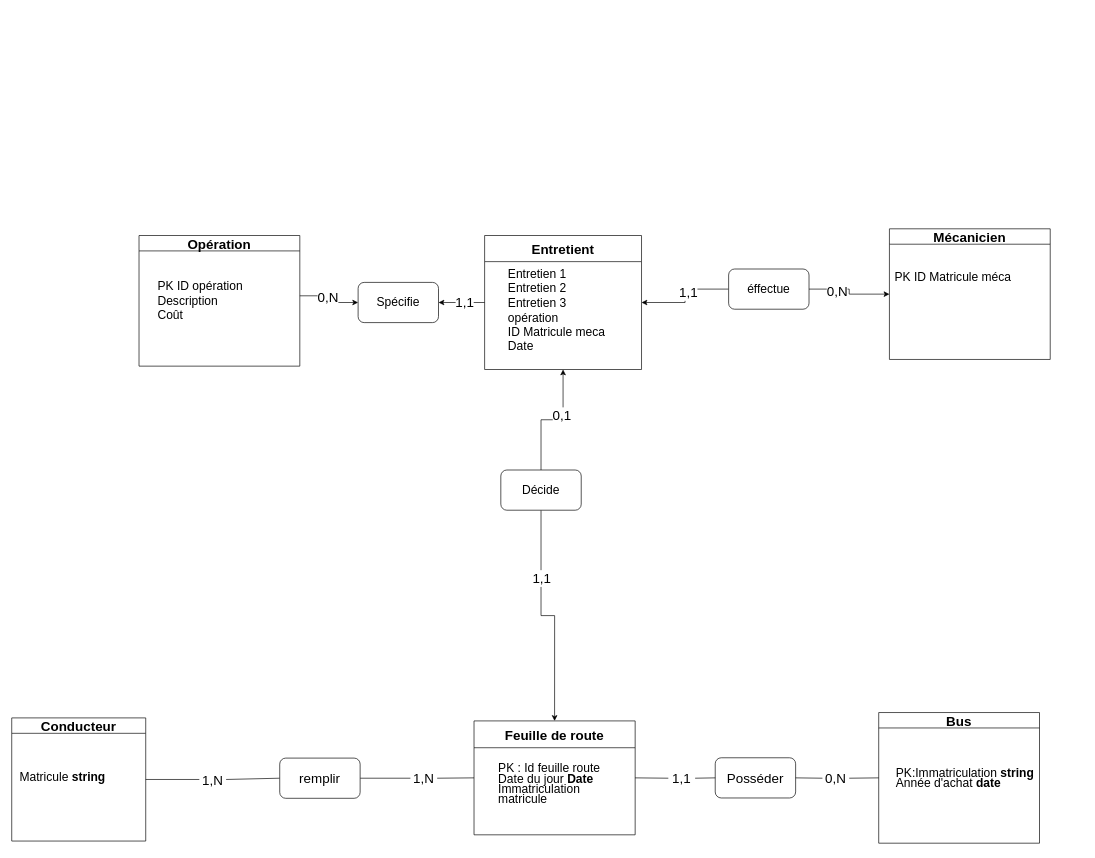
This is page "Page-1" (1 of 2) of Diagramme sans nom.drawio from michaelnba23/Ichec, a draw.io file, before an edit. Source tidied: cells renumbered, new cells numbered last; positions are measured from the earlier drawing's top-left corner, leaving out a move shared by most shapes. Both pictures are drawn from the tidied source at 67%, with x=0, y=0 at pixel (11, 228).
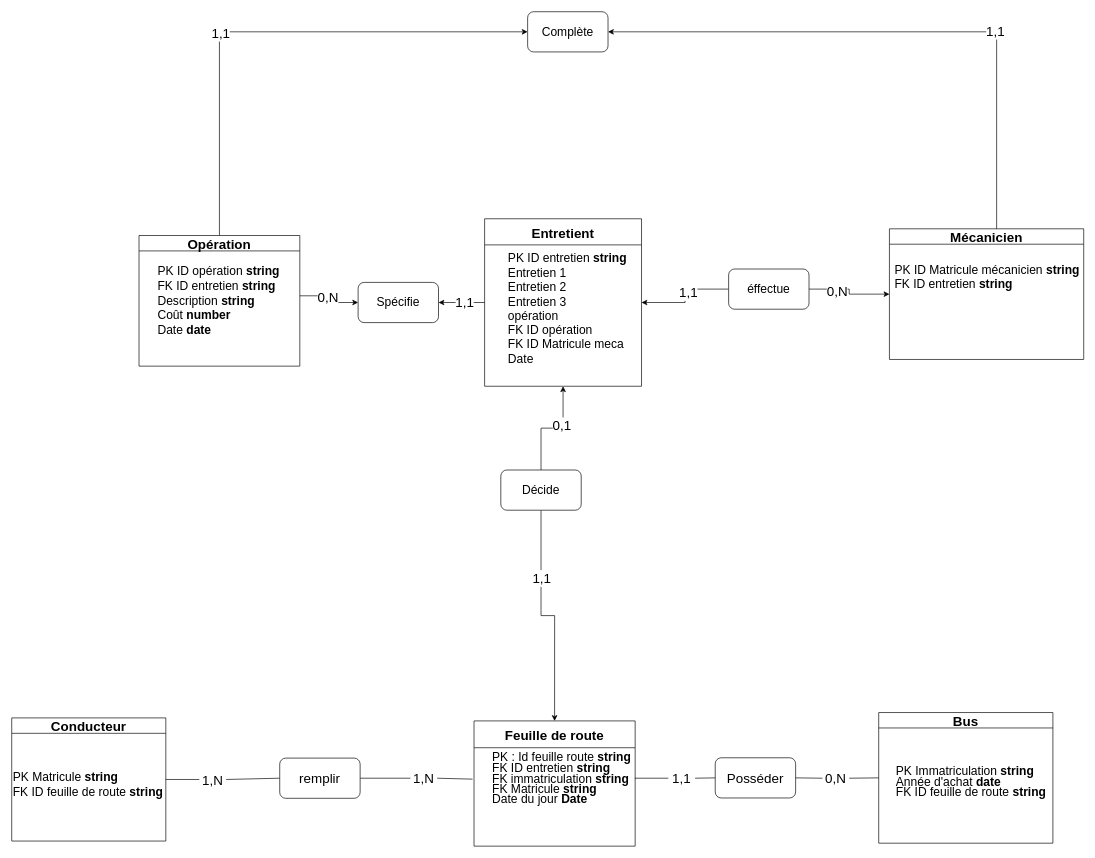
The same diagram, later.

Commit message (it also covers changes not shown here):
Mettre à jour Diagramme sans nom.drawio

Unchanged cells that the change refers to:
```xml
<mxCell id="17" value="1,1" style="text;html=1;strokeColor=none;fillColor=none;align=center;verticalAlign=middle;whiteSpace=wrap;rounded=0;fontSize=20;" parent="1" vertex="1">
  <mxGeometry x="980" y="810" width="40" height="20" as="geometry" />
</mxCell>
<mxCell id="24" value="1,N" style="text;html=1;strokeColor=none;fillColor=none;align=center;verticalAlign=middle;whiteSpace=wrap;rounded=0;fontSize=20;" parent="1" vertex="1">
  <mxGeometry x="595" y="810" width="40" height="20" as="geometry" />
</mxCell>
<mxCell id="29" value="Opération" style="swimlane;fontSize=20;" parent="1" vertex="1">
  <mxGeometry x="190" y="10" width="240" height="195" as="geometry" />
</mxCell>
```

What changed in the source:
```diff
@@
     <mxCell id="2" value="Conducteur" style="swimlane;fontSize=20;" parent="1" vertex="1">
-      <mxGeometry y="730" width="200" height="183.8" as="geometry" />
+      <mxGeometry y="730" width="230" height="183.8" as="geometry" />
     </mxCell>
-    <mxCell id="3" value="&lt;p class=&quot;MsoListParagraphCxSpFirst&quot; style=&quot;margin: 0cm 0cm 0cm 36pt ; line-height: 15.6933px ; font-size: 11pt ; font-family: &amp;quot;calibri&amp;quot; , sans-serif ; text-indent: -18pt&quot;&gt;&lt;/p&gt;&lt;font style=&quot;font-size: 18px&quot;&gt;Matricule&amp;nbsp;&lt;b&gt;string&lt;/b&gt;&lt;br&gt;&lt;b&gt;&lt;br&gt;&lt;/b&gt;&lt;/font&gt;" style="text;html=1;strokeColor=none;fillColor=none;align=left;verticalAlign=middle;whiteSpace=wrap;rounded=0;" parent="2" vertex="1">
-      <mxGeometry x="10" y="35" width="190" height="130" as="geometry" />
+    <mxCell id="3" value="&lt;p class=&quot;MsoListParagraphCxSpFirst&quot; style=&quot;margin: 0cm 0cm 0cm 36pt ; line-height: 15.6933px ; font-size: 11pt ; font-family: &amp;quot;calibri&amp;quot; , sans-serif ; text-indent: -18pt&quot;&gt;&lt;/p&gt;&lt;font style=&quot;font-size: 18px&quot;&gt;PK Matricule&amp;nbsp;&lt;b&gt;string&lt;/b&gt;&lt;br&gt;FK ID feuille de route &lt;b&gt;string&lt;/b&gt;&lt;br&gt;&lt;/font&gt;" style="text;html=1;strokeColor=none;fillColor=none;align=left;verticalAlign=middle;whiteSpace=wrap;rounded=0;" parent="2" vertex="1">
+      <mxGeometry y="35" width="230" height="130" as="geometry" />
     </mxCell>
     <mxCell id="4" value="Bus" style="swimlane;fontSize=20;" parent="1" vertex="1">
-      <mxGeometry x="1294" y="722" width="240" height="195" as="geometry" />
+      <mxGeometry x="1294" y="722" width="260" height="195" as="geometry" />
     </mxCell>
-    <mxCell id="5" value="&lt;p class=&quot;MsoListParagraphCxSpFirst&quot; style=&quot;margin: 0cm 0cm 0cm 36pt ; line-height: 15.6933px ; font-size: 11pt ; font-family: &amp;quot;calibri&amp;quot; , sans-serif ; text-indent: -18pt&quot;&gt;&lt;/p&gt;&lt;p class=&quot;MsoListParagraphCxSpFirst&quot; style=&quot;margin: 0cm 0cm 0cm 36pt ; line-height: 15.6933px ; font-size: 11pt ; font-family: &amp;quot;calibri&amp;quot; , sans-serif ; text-indent: -18pt ; display: inline&quot;&gt;&lt;/p&gt;&lt;div style=&quot;font-size: 18px&quot;&gt;&lt;p style=&quot;margin: 0cm 0cm 0cm 36pt; line-height: 15.6933px; font-family: calibri, sans-serif; text-indent: -18pt;&quot; class=&quot;MsoListParagraphCxSpFirst&quot;&gt;&lt;span style=&quot;text-indent: -18pt;&quot;&gt;PK:Immatriculation&amp;nbsp;&lt;b&gt;string&lt;/b&gt;&lt;/span&gt;&lt;/p&gt;&lt;p style=&quot;margin: 0cm 0cm 0cm 36pt; line-height: 15.6933px; font-family: calibri, sans-serif; text-indent: -18pt;&quot; class=&quot;MsoListParagraphCxSpFirst&quot;&gt;&lt;span lang=&quot;FR&quot;&gt;Année d'achat&amp;nbsp;&lt;b&gt;date&lt;/b&gt;&amp;nbsp;&lt;/span&gt;&lt;/p&gt;&lt;p style=&quot;margin: 0cm 0cm 0cm 36pt; line-height: 15.6933px; font-family: calibri, sans-serif; text-indent: -18pt;&quot; class=&quot;MsoListParagraphCxSpFirst&quot;&gt;&lt;br&gt;&lt;/p&gt;&lt;/div&gt;" style="text;html=1;strokeColor=none;fillColor=none;align=left;verticalAlign=middle;whiteSpace=wrap;rounded=0;" parent="4" vertex="1">
-      <mxGeometry y="32.5" width="220" height="130" as="geometry" />
+    <mxCell id="5" value="&lt;p class=&quot;MsoListParagraphCxSpFirst&quot; style=&quot;margin: 0cm 0cm 0cm 36pt ; line-height: 15.6933px ; font-size: 11pt ; font-family: &amp;quot;calibri&amp;quot; , sans-serif ; text-indent: -18pt&quot;&gt;&lt;/p&gt;&lt;p class=&quot;MsoListParagraphCxSpFirst&quot; style=&quot;margin: 0cm 0cm 0cm 36pt ; line-height: 15.6933px ; font-size: 11pt ; font-family: &amp;quot;calibri&amp;quot; , sans-serif ; text-indent: -18pt ; display: inline&quot;&gt;&lt;/p&gt;&lt;div style=&quot;font-size: 18px&quot;&gt;&lt;p style=&quot;margin: 0cm 0cm 0cm 36pt; line-height: 15.6933px; font-family: calibri, sans-serif; text-indent: -18pt;&quot; class=&quot;MsoListParagraphCxSpFirst&quot;&gt;&lt;span style=&quot;text-indent: -18pt;&quot;&gt;PK Immatriculation&amp;nbsp;&lt;b&gt;string&lt;/b&gt;&lt;/span&gt;&lt;/p&gt;&lt;p style=&quot;margin: 0cm 0cm 0cm 36pt; line-height: 15.6933px; font-family: calibri, sans-serif; text-indent: -18pt;&quot; class=&quot;MsoListParagraphCxSpFirst&quot;&gt;&lt;span lang=&quot;FR&quot;&gt;Année d'achat&amp;nbsp;&lt;b&gt;date&lt;/b&gt;&amp;nbsp;&lt;/span&gt;&lt;/p&gt;&lt;p style=&quot;margin: 0cm 0cm 0cm 36pt; line-height: 15.6933px; font-family: calibri, sans-serif; text-indent: -18pt;&quot; class=&quot;MsoListParagraphCxSpFirst&quot;&gt;FK ID feuille de route &lt;b&gt;string&lt;/b&gt;&lt;/p&gt;&lt;/div&gt;" style="text;html=1;strokeColor=none;fillColor=none;align=left;verticalAlign=middle;whiteSpace=wrap;rounded=0;" parent="4" vertex="1">
+      <mxGeometry y="32.5" width="260" height="127.5" as="geometry" />
     </mxCell>
     <mxCell id="6" value="Feuille de route" style="swimlane;startSize=40;fontSize=20;" parent="1" vertex="1">
-      <mxGeometry x="690" y="734.5" width="240.5" height="170" as="geometry" />
+      <mxGeometry x="690" y="734.5" width="240.5" height="186.9" as="geometry" />
     </mxCell>
-    <mxCell id="7" value="&lt;p class=&quot;MsoListParagraphCxSpFirst&quot; style=&quot;margin: 0cm 0cm 0cm 36pt ; line-height: 15.6933px ; font-size: 11pt ; font-family: &amp;quot;calibri&amp;quot; , sans-serif ; text-indent: -18pt&quot;&gt;&lt;/p&gt;&lt;p class=&quot;MsoListParagraphCxSpFirst&quot; style=&quot;margin: 0cm 0cm 0cm 36pt ; line-height: 15.6933px ; font-size: 11pt ; font-family: &amp;quot;calibri&amp;quot; , sans-serif ; text-indent: -18pt ; display: inline&quot;&gt;&lt;/p&gt;&lt;p class=&quot;MsoListParagraphCxSpFirst&quot; style=&quot;text-align: left ; margin: 0cm 0cm 0cm 36pt ; line-height: 15.6933px ; font-family: &amp;quot;calibri&amp;quot; , sans-serif ; text-indent: -18pt ; font-size: 18px&quot;&gt;PK : Id feuille route&lt;/p&gt;&lt;p class=&quot;MsoListParagraphCxSpFirst&quot; style=&quot;text-align: left ; margin: 0cm 0cm 0cm 36pt ; line-height: 15.6933px ; font-family: &amp;quot;calibri&amp;quot; , sans-serif ; text-indent: -18pt ; font-size: 18px&quot;&gt;Date du jour &lt;b&gt;Date&lt;/b&gt;&lt;/p&gt;&lt;p class=&quot;MsoListParagraphCxSpFirst&quot; style=&quot;text-align: left ; margin: 0cm 0cm 0cm 36pt ; line-height: 15.6933px ; font-family: &amp;quot;calibri&amp;quot; , sans-serif ; text-indent: -18pt ; font-size: 18px&quot;&gt;Immatriculation&lt;/p&gt;&lt;p class=&quot;MsoListParagraphCxSpFirst&quot; style=&quot;text-align: left ; margin: 0cm 0cm 0cm 36pt ; line-height: 15.6933px ; font-family: &amp;quot;calibri&amp;quot; , sans-serif ; text-indent: -18pt ; font-size: 18px&quot;&gt;matricule&lt;/p&gt;" style="text;html=1;strokeColor=none;fillColor=none;align=center;verticalAlign=middle;whiteSpace=wrap;rounded=0;spacingTop=0;" parent="6" vertex="1">
-      <mxGeometry x="-2.2" y="-13.1" width="204.5" height="200" as="geometry" />
+    <mxCell id="7" value="&lt;p class=&quot;MsoListParagraphCxSpFirst&quot; style=&quot;margin: 0cm 0cm 0cm 36pt ; line-height: 15.6933px ; font-size: 11pt ; font-family: &amp;quot;calibri&amp;quot; , sans-serif ; text-indent: -18pt&quot;&gt;&lt;/p&gt;&lt;p class=&quot;MsoListParagraphCxSpFirst&quot; style=&quot;margin: 0cm 0cm 0cm 36pt ; line-height: 15.6933px ; font-size: 11pt ; font-family: &amp;quot;calibri&amp;quot; , sans-serif ; text-indent: -18pt ; display: inline&quot;&gt;&lt;/p&gt;&lt;p class=&quot;MsoListParagraphCxSpFirst&quot; style=&quot;text-align: left ; margin: 0cm 0cm 0cm 36pt ; line-height: 15.6933px ; font-family: &amp;quot;calibri&amp;quot; , sans-serif ; text-indent: -18pt ; font-size: 18px&quot;&gt;PK : Id feuille route &lt;b&gt;string&lt;/b&gt;&lt;/p&gt;&lt;p class=&quot;MsoListParagraphCxSpFirst&quot; style=&quot;text-align: left ; margin: 0cm 0cm 0cm 36pt ; line-height: 15.6933px ; font-family: &amp;quot;calibri&amp;quot; , sans-serif ; text-indent: -18pt ; font-size: 18px&quot;&gt;FK ID entretien &lt;b&gt;string&lt;/b&gt;&lt;/p&gt;&lt;p class=&quot;MsoListParagraphCxSpFirst&quot; style=&quot;text-align: left ; margin: 0cm 0cm 0cm 36pt ; line-height: 15.6933px ; font-family: &amp;quot;calibri&amp;quot; , sans-serif ; text-indent: -18pt ; font-size: 18px&quot;&gt;FK immatriculation &lt;b&gt;string&lt;/b&gt;&lt;/p&gt;&lt;p class=&quot;MsoListParagraphCxSpFirst&quot; style=&quot;text-align: left ; margin: 0cm 0cm 0cm 36pt ; line-height: 15.6933px ; font-family: &amp;quot;calibri&amp;quot; , sans-serif ; text-indent: -18pt ; font-size: 18px&quot;&gt;FK Matricule &lt;b&gt;string&lt;/b&gt;&lt;/p&gt;&lt;p class=&quot;MsoListParagraphCxSpFirst&quot; style=&quot;text-align: left ; margin: 0cm 0cm 0cm 36pt ; line-height: 15.6933px ; font-family: &amp;quot;calibri&amp;quot; , sans-serif ; text-indent: -18pt ; font-size: 18px&quot;&gt;Date du jour &lt;b&gt;Date&lt;/b&gt;&lt;/p&gt;&lt;p class=&quot;MsoListParagraphCxSpFirst&quot; style=&quot;text-align: left ; margin: 0cm 0cm 0cm 36pt ; line-height: 15.6933px ; font-family: &amp;quot;calibri&amp;quot; , sans-serif ; text-indent: -18pt ; font-size: 18px&quot;&gt;&lt;br&gt;&lt;/p&gt;" style="text;html=1;strokeColor=none;fillColor=none;align=center;verticalAlign=middle;whiteSpace=wrap;rounded=0;spacingTop=0;" parent="6" vertex="1">
+      <mxGeometry x="-2.2" y="-13.1" width="242.2" height="200" as="geometry" />
     </mxCell>
@@
     <mxCell id="10" value="Entretient" style="swimlane;fontSize=20;startSize=39;" parent="1" vertex="1">
-      <mxGeometry x="705.8" y="10" width="234.2" height="200" as="geometry" />
+      <mxGeometry x="705.8" y="-15" width="234.2" height="250" as="geometry" />
     </mxCell>
-    <mxCell id="11" value="&lt;p class=&quot;MsoListParagraphCxSpFirst&quot; style=&quot;margin: 0cm 0cm 0cm 36pt ; line-height: 15.6933px ; font-size: 20px ; font-family: &amp;quot;calibri&amp;quot; , sans-serif ; text-indent: -18pt&quot;&gt;&lt;/p&gt;&lt;p class=&quot;MsoListParagraphCxSpFirst&quot; style=&quot;margin: 0cm 0cm 0cm 36pt ; line-height: 15.6933px ; text-indent: -18pt ; display: inline ; font-size: 20px&quot;&gt;&lt;/p&gt;&lt;div style=&quot;text-indent: -24px ; font-size: 18px&quot;&gt;&lt;span style=&quot;font-family: calibri, sans-serif; background-color: initial;&quot;&gt;Entretien 1&lt;/span&gt;&lt;/div&gt;&lt;div style=&quot;text-indent: -24px ; font-size: 18px&quot;&gt;&lt;span style=&quot;font-family: calibri, sans-serif;&quot;&gt;Entretien 2&lt;/span&gt;&lt;span style=&quot;font-family: calibri, sans-serif; background-color: initial;&quot;&gt;&lt;br&gt;&lt;/span&gt;&lt;/div&gt;&lt;div style=&quot;text-indent: -24px ; font-size: 18px&quot;&gt;&lt;span style=&quot;font-family: calibri, sans-serif;&quot;&gt;Entretien 3&lt;/span&gt;&lt;/div&gt;&lt;div style=&quot;text-indent: -24px ; font-size: 18px&quot;&gt;&lt;span style=&quot;font-family: calibri, sans-serif; background-color: initial;&quot;&gt;opération&lt;/span&gt;&lt;br&gt;&lt;/div&gt;&lt;div style=&quot;text-indent: -24px ; font-size: 18px&quot;&gt;&lt;span style=&quot;font-family: calibri, sans-serif; background-color: initial;&quot;&gt;ID Matricule meca&lt;/span&gt;&lt;/div&gt;&lt;div style=&quot;text-indent: -24px ; font-size: 18px&quot;&gt;&lt;span style=&quot;font-family: calibri, sans-serif; background-color: initial;&quot;&gt;Date&lt;/span&gt;&lt;br&gt;&lt;/div&gt;&lt;p style=&quot;font-size: 20px&quot;&gt;&lt;/p&gt;" style="text;html=1;strokeColor=none;fillColor=none;align=left;verticalAlign=middle;whiteSpace=wrap;rounded=0;fontSize=20;" parent="10" vertex="1">
-      <mxGeometry x="57.1" y="70" width="152.9" height="79.7" as="geometry" />
+    <mxCell id="11" value="&lt;p class=&quot;MsoListParagraphCxSpFirst&quot; style=&quot;margin: 0cm 0cm 0cm 36pt ; line-height: 15.6933px ; font-size: 20px ; font-family: &amp;quot;calibri&amp;quot; , sans-serif ; text-indent: -18pt&quot;&gt;&lt;/p&gt;&lt;p class=&quot;MsoListParagraphCxSpFirst&quot; style=&quot;margin: 0cm 0cm 0cm 36pt ; line-height: 15.6933px ; text-indent: -18pt ; display: inline ; font-size: 20px&quot;&gt;&lt;/p&gt;&lt;div style=&quot;text-indent: -24px ; font-size: 18px&quot;&gt;&lt;span style=&quot;font-family: calibri, sans-serif; background-color: initial;&quot;&gt;&lt;br&gt;&lt;/span&gt;&lt;/div&gt;&lt;div style=&quot;text-indent: -24px ; font-size: 18px&quot;&gt;&lt;span style=&quot;font-family: calibri, sans-serif; background-color: initial;&quot;&gt;PK ID entretien &lt;b&gt;string&lt;/b&gt;&lt;/span&gt;&lt;/div&gt;&lt;div style=&quot;text-indent: -24px ; font-size: 18px&quot;&gt;&lt;span style=&quot;font-family: calibri, sans-serif; background-color: initial;&quot;&gt;Entretien 1&lt;/span&gt;&lt;/div&gt;&lt;div style=&quot;text-indent: -24px ; font-size: 18px&quot;&gt;&lt;span style=&quot;font-family: calibri, sans-serif;&quot;&gt;Entretien 2&lt;/span&gt;&lt;span style=&quot;font-family: calibri, sans-serif; background-color: initial;&quot;&gt;&lt;br&gt;&lt;/span&gt;&lt;/div&gt;&lt;div style=&quot;text-indent: -24px ; font-size: 18px&quot;&gt;&lt;span style=&quot;font-family: calibri, sans-serif;&quot;&gt;Entretien 3&lt;/span&gt;&lt;/div&gt;&lt;div style=&quot;text-indent: -24px ; font-size: 18px&quot;&gt;&lt;span style=&quot;font-family: calibri, sans-serif; background-color: initial;&quot;&gt;opération&lt;/span&gt;&lt;br&gt;&lt;/div&gt;&lt;div style=&quot;text-indent: -24px ; font-size: 18px&quot;&gt;&lt;span style=&quot;font-family: calibri, sans-serif; background-color: initial;&quot;&gt;FK ID opération&lt;/span&gt;&lt;/div&gt;&lt;div style=&quot;text-indent: -24px ; font-size: 18px&quot;&gt;&lt;span style=&quot;font-family: calibri, sans-serif; background-color: initial;&quot;&gt;FK ID Matricule meca&lt;/span&gt;&lt;/div&gt;&lt;div style=&quot;text-indent: -24px ; font-size: 18px&quot;&gt;&lt;span style=&quot;font-family: calibri, sans-serif; background-color: initial;&quot;&gt;Date&lt;/span&gt;&lt;br&gt;&lt;/div&gt;&lt;p style=&quot;font-size: 20px&quot;&gt;&lt;/p&gt;" style="text;html=1;strokeColor=none;fillColor=none;align=left;verticalAlign=middle;whiteSpace=wrap;rounded=0;fontSize=20;" parent="10" vertex="1">
+      <mxGeometry x="57.1" y="82.6" width="172.9" height="79.7" as="geometry" />
     </mxCell>
-    <mxCell id="12" style="endArrow=none;html=1;fontSize=20;strokeColor=#000000;fillColor=#000000;exitX=1;exitY=0.5;exitDx=0;exitDy=0;entryX=0;entryY=0.5;entryDx=0;entryDy=0;startArrow=none;" parent="1" edge="1" source="24" target="6">
+    <mxCell id="12" style="endArrow=none;html=1;fontSize=20;strokeColor=#000000;fillColor=#000000;exitX=1;exitY=0.5;exitDx=0;exitDy=0;entryX=0;entryY=0.5;entryDx=0;entryDy=0;startArrow=none;" parent="1" edge="1" source="24" target="7">
       <mxGeometry relative="1" as="geometry" />
     </mxCell>
@@
-    <mxCell id="18" style="endArrow=none;html=1;fontSize=20;strokeColor=#000000;fillColor=#000000;entryX=0;entryY=0.5;entryDx=0;entryDy=0;exitX=1;exitY=0.5;exitDx=0;exitDy=0;" parent="1" edge="1" source="6" target="17">
-      <mxGeometry relative="1" as="geometry" />
+    <mxCell id="18" style="endArrow=none;html=1;fontSize=20;strokeColor=#000000;fillColor=#000000;entryX=0;entryY=0.5;entryDx=0;entryDy=0;" parent="1" edge="1" target="17">
+      <mxGeometry relative="1" as="geometry">
+        <mxPoint x="930" y="820" as="sourcePoint" />
+      </mxGeometry>
     </mxCell>
@@
     <mxCell id="27" value="Mécanicien" style="swimlane;fontSize=20;" parent="1" vertex="1">
-      <mxGeometry x="1310" width="240" height="195" as="geometry" />
+      <mxGeometry x="1310" width="290" height="195" as="geometry" />
     </mxCell>
-    <mxCell id="28" value="&lt;p class=&quot;MsoListParagraphCxSpFirst&quot; style=&quot;margin: 0cm 0cm 0cm 36pt ; line-height: 15.6933px ; font-size: 11pt ; font-family: &amp;quot;calibri&amp;quot; , sans-serif ; text-indent: -18pt&quot;&gt;&lt;/p&gt;&lt;p class=&quot;MsoListParagraphCxSpFirst&quot; style=&quot;margin: 0cm 0cm 0cm 36pt ; line-height: 15.6933px ; font-size: 11pt ; font-family: &amp;quot;calibri&amp;quot; , sans-serif ; text-indent: -18pt ; display: inline&quot;&gt;&lt;/p&gt;&lt;div style=&quot;text-indent: -24px; font-size: 18px;&quot;&gt;PK ID Matricule méca&lt;/div&gt;" style="text;html=1;strokeColor=none;fillColor=none;align=left;verticalAlign=middle;whiteSpace=wrap;rounded=0;" parent="27" vertex="1">
-      <mxGeometry x="30" width="220" height="130" as="geometry" />
+    <mxCell id="28" value="&lt;p class=&quot;MsoListParagraphCxSpFirst&quot; style=&quot;margin: 0cm 0cm 0cm 36pt ; line-height: 15.6933px ; font-size: 11pt ; font-family: &amp;quot;calibri&amp;quot; , sans-serif ; text-indent: -18pt&quot;&gt;&lt;/p&gt;&lt;p class=&quot;MsoListParagraphCxSpFirst&quot; style=&quot;margin: 0cm 0cm 0cm 36pt ; line-height: 15.6933px ; font-size: 11pt ; font-family: &amp;quot;calibri&amp;quot; , sans-serif ; text-indent: -18pt ; display: inline&quot;&gt;&lt;/p&gt;&lt;div style=&quot;text-indent: -24px; font-size: 18px;&quot;&gt;PK ID Matricule mécanicien &lt;b&gt;string&lt;/b&gt;&lt;/div&gt;&lt;div style=&quot;text-indent: -24px; font-size: 18px;&quot;&gt;FK ID entretien &lt;b&gt;string&lt;/b&gt;&lt;/div&gt;" style="text;html=1;strokeColor=none;fillColor=none;align=left;verticalAlign=middle;whiteSpace=wrap;rounded=0;" parent="27" vertex="1">
+      <mxGeometry x="30" width="260" height="130" as="geometry" />
     </mxCell>
+    <mxCell id="44" style="edgeStyle=orthogonalEdgeStyle;rounded=0;jettySize=auto;html=1;exitX=0.5;exitY=0;exitDx=0;exitDy=0;entryX=0;entryY=0.5;entryDx=0;entryDy=0;fontSize=20;" parent="1" edge="1" source="29" target="46">
+      <mxGeometry relative="1" as="geometry" />
+    </mxCell>
+    <mxCell id="45" value="1,1" style="edgeLabel;html=1;align=center;verticalAlign=middle;fontSize=20;" parent="44" vertex="1">
+      <mxGeometry x="-0.21" y="-1" relative="1" as="geometry">
+        <mxPoint y="-1" as="offset" />
+      </mxGeometry>
+    </mxCell>
@@
-    <mxCell id="30" value="&lt;p class=&quot;MsoListParagraphCxSpFirst&quot; style=&quot;margin: 0cm 0cm 0cm 36pt ; line-height: 15.6933px ; font-size: 11pt ; font-family: &amp;quot;calibri&amp;quot; , sans-serif ; text-indent: -18pt&quot;&gt;&lt;/p&gt;&lt;p class=&quot;MsoListParagraphCxSpFirst&quot; style=&quot;margin: 0cm 0cm 0cm 36pt ; line-height: 15.6933px ; font-size: 11pt ; font-family: &amp;quot;calibri&amp;quot; , sans-serif ; text-indent: -18pt ; display: inline&quot;&gt;&lt;/p&gt;&lt;div style=&quot;text-indent: -24px; font-size: 18px;&quot;&gt;PK ID opération&lt;/div&gt;&lt;div style=&quot;text-indent: -24px; font-size: 18px;&quot;&gt;Description&lt;/div&gt;&lt;div style=&quot;text-indent: -24px; font-size: 18px;&quot;&gt;Coût&lt;/div&gt;" style="text;html=1;strokeColor=none;fillColor=none;align=left;verticalAlign=middle;whiteSpace=wrap;rounded=0;" parent="29" vertex="1">
+    <mxCell id="30" value="&lt;p class=&quot;MsoListParagraphCxSpFirst&quot; style=&quot;margin: 0cm 0cm 0cm 36pt ; line-height: 15.6933px ; font-size: 11pt ; font-family: &amp;quot;calibri&amp;quot; , sans-serif ; text-indent: -18pt&quot;&gt;&lt;/p&gt;&lt;p class=&quot;MsoListParagraphCxSpFirst&quot; style=&quot;margin: 0cm 0cm 0cm 36pt ; line-height: 15.6933px ; font-size: 11pt ; font-family: &amp;quot;calibri&amp;quot; , sans-serif ; text-indent: -18pt ; display: inline&quot;&gt;&lt;/p&gt;&lt;div style=&quot;text-indent: -24px; font-size: 18px;&quot;&gt;PK ID opératio&lt;span style=&quot;background-color: initial;&quot;&gt;n &lt;b&gt;string&lt;/b&gt;&lt;/span&gt;&lt;/div&gt;&lt;div style=&quot;text-indent: -24px; font-size: 18px;&quot;&gt;&lt;span style=&quot;background-color: initial;&quot;&gt;FK ID entretien &lt;b&gt;string&lt;/b&gt;&lt;/span&gt;&lt;/div&gt;&lt;div style=&quot;text-indent: -24px; font-size: 18px;&quot;&gt;Description &lt;b&gt;string&lt;/b&gt;&lt;/div&gt;&lt;div style=&quot;text-indent: -24px; font-size: 18px;&quot;&gt;Coût &lt;b&gt;number&lt;/b&gt;&lt;/div&gt;&lt;div style=&quot;text-indent: -24px; font-size: 18px;&quot;&gt;Date &lt;b&gt;date&lt;/b&gt;&lt;/div&gt;" style="text;html=1;strokeColor=none;fillColor=none;align=left;verticalAlign=middle;whiteSpace=wrap;rounded=0;" parent="29" vertex="1">
       <mxGeometry x="50" y="25" width="190" height="130" as="geometry" />
     </mxCell>
@@
+    <mxCell id="46" value="&lt;font style=&quot;font-size: 18px;&quot;&gt;Complète&lt;/font&gt;" style="rounded=1;whiteSpace=wrap;html=1;" parent="1" vertex="1">
+      <mxGeometry x="770" y="-324" width="120" height="60" as="geometry" />
+    </mxCell>
+    <mxCell id="47" style="edgeStyle=orthogonalEdgeStyle;rounded=0;jettySize=auto;html=1;exitX=0.5;exitY=0;exitDx=0;exitDy=0;entryX=1;entryY=0.5;entryDx=0;entryDy=0;fontSize=20;" parent="1" edge="1" source="28" target="46">
+      <mxGeometry relative="1" as="geometry" />
+    </mxCell>
+    <mxCell id="48" value="1,1" style="edgeLabel;html=1;align=center;verticalAlign=middle;fontSize=20;" parent="47" vertex="1">
+      <mxGeometry x="-0.32" y="-1" relative="1" as="geometry">
+        <mxPoint y="-1" as="offset" />
+      </mxGeometry>
+    </mxCell>
```
